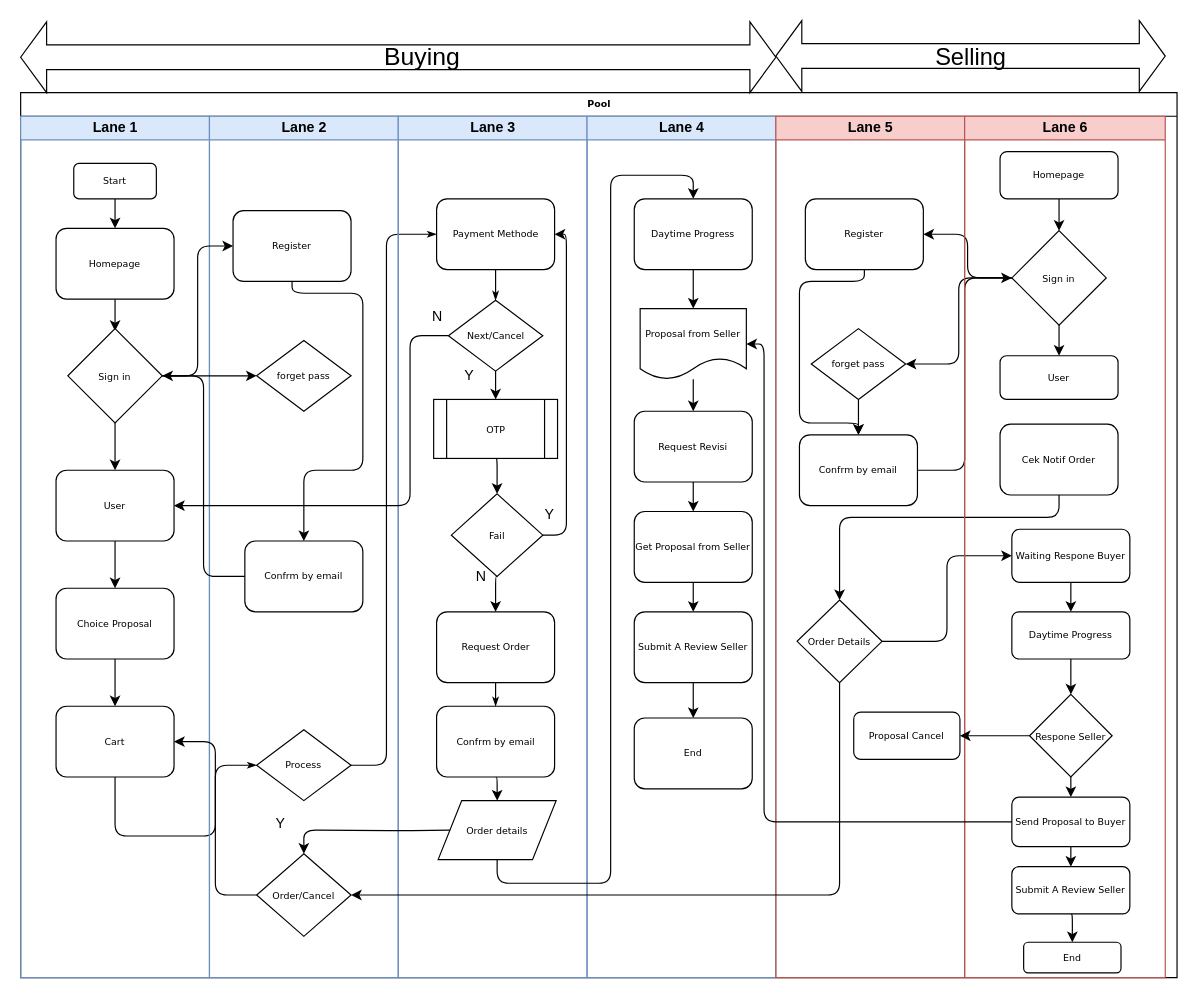
ahmadfaqih-dev/Flowchart keeps this draw.io diagram as page "Flow Buyer" (2 of 2) of Diagram Tanpa Judul.drawio. Above is the earlier version. Source tidied: cells renumbered, new cells numbered last; positions are measured from the earlier drawing's top-left corner, leaving out a move shared by most shapes. Both pictures are drawn from the tidied source at 118%, with x=0, y=0 at pixel (20, 20).
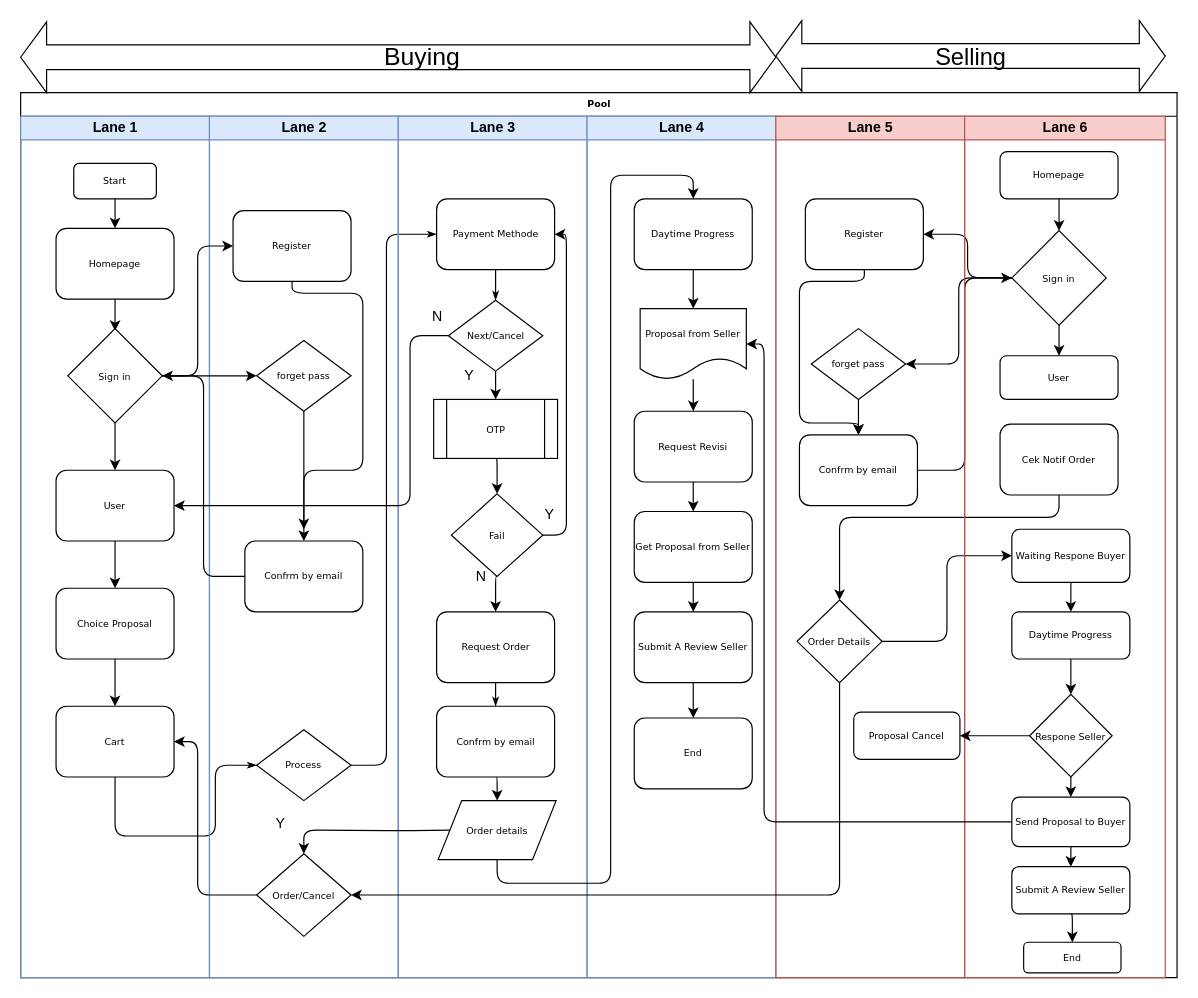
The same diagram, later.

Unchanged cells that the change refers to:
```xml
<mxCell id="2" value="Pool" style="swimlane;html=1;startSize=20;rounded=0;shadow=0;labelBackgroundColor=none;strokeWidth=1;fontFamily=Verdana;fontSize=8;align=center;" parent="1" vertex="1">
  <mxGeometry y="61" width="980" height="750" as="geometry" />
</mxCell>
<mxCell id="8" value="Cart" style="rounded=1;whiteSpace=wrap;html=1;shadow=0;labelBackgroundColor=none;strokeWidth=1;fontFamily=Verdana;fontSize=8;align=center;" parent="5" vertex="1">
  <mxGeometry x="30" y="500" width="100" height="60" as="geometry" />
</mxCell>
<mxCell id="18" value="forget pass" style="rhombus;whiteSpace=wrap;html=1;rounded=0;shadow=0;labelBackgroundColor=none;strokeWidth=1;fontFamily=Verdana;fontSize=8;align=center;" parent="17" vertex="1">
  <mxGeometry x="40" y="190" width="80" height="60" as="geometry" />
</mxCell>
<mxCell id="20" value="&lt;font style=&quot;font-size: 8px&quot; face=&quot;Verdana&quot;&gt;Order/Cancel&lt;/font&gt;" style="rhombus;whiteSpace=wrap;html=1;" parent="17" vertex="1">
  <mxGeometry x="40" y="625" width="80" height="70" as="geometry" />
</mxCell>
```

Change to the diagram source:
```diff
@@
     <mxCell id="61" style="edgeStyle=orthogonalEdgeStyle;rounded=1;jettySize=auto;html=1;exitX=0;exitY=0.5;exitDx=0;exitDy=0;entryX=1;entryY=0.5;entryDx=0;entryDy=0;" parent="2" edge="1" source="20" target="8">
-      <mxGeometry relative="1" as="geometry" />
+      <mxGeometry relative="1" as="geometry">
+        <Array as="points">
+          <mxPoint x="150" y="680" />
+          <mxPoint x="150" y="550" />
+        </Array>
+      </mxGeometry>
     </mxCell>
@@
+    <mxCell id="101" style="edgeStyle=orthogonalEdgeStyle;rounded=1;jettySize=auto;html=1;" parent="1" edge="1" source="18">
+      <mxGeometry relative="1" as="geometry">
+        <mxPoint x="240" y="431" as="targetPoint" />
+      </mxGeometry>
+    </mxCell>
```
